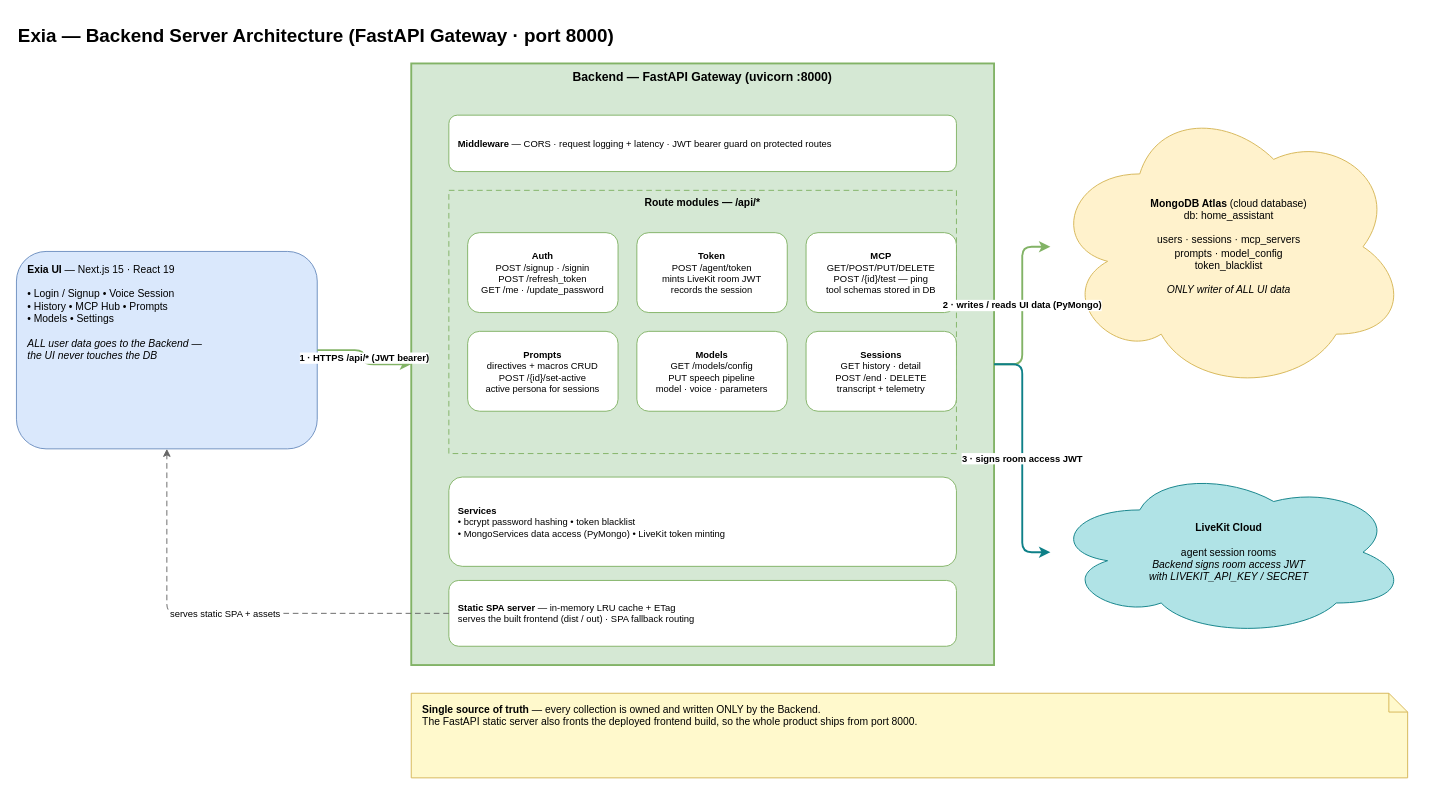
Above: docs/architecture/exia-backend-server.drawio in arpanchakraborty23/Exia (draw.io), before the change. Source tidied: cells renumbered, new cells numbered last; positions are measured from the earlier drawing's top-left corner, leaving out a move shared by most shapes. Both pictures are drawn from the tidied source at 94%, with x=0, y=0 at pixel (16, 16).
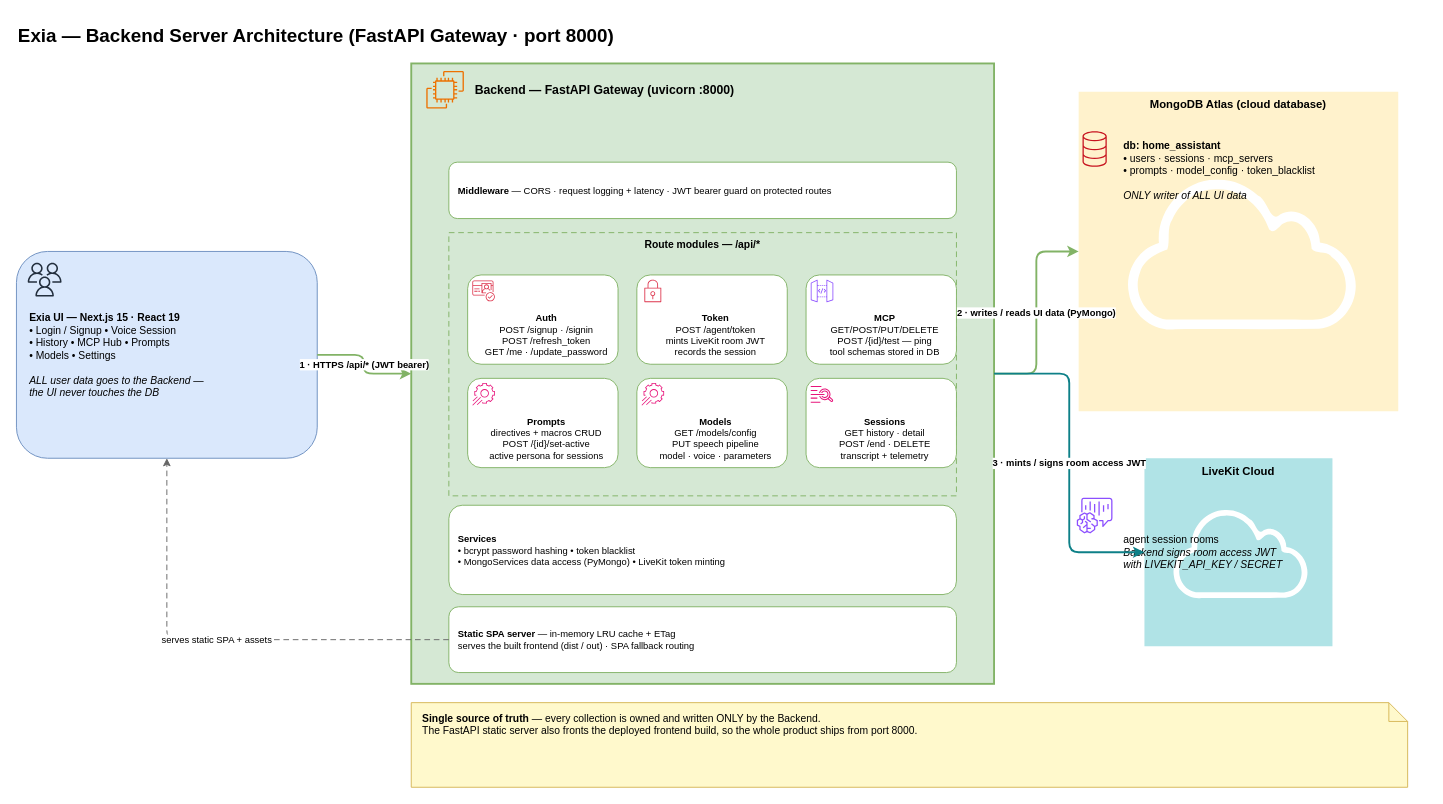
Above is the later version.

Commit message (it also covers changes not shown here):
docs: add architecture diagrams and frontend prompts view component

Diff of the diagram source:
```diff
@@
-    <mxCell id="3" value="&lt;b&gt;Exia UI&lt;/b&gt; — Next.js 15 · React 19&lt;br&gt;&lt;br&gt;• Login / Signup  • Voice Session&lt;br&gt;• History  • MCP Hub  • Prompts&lt;br&gt;• Models  • Settings&lt;br&gt;&lt;br&gt;&lt;i&gt;ALL user data goes to the Backend —&lt;br&gt;the UI never touches the DB&lt;/i&gt;" style="rounded=1;whiteSpace=wrap;html=1;fillColor=#dae8fc;strokeColor=#6c8ebf;verticalAlign=top;fontSize=11;align=left;spacingLeft=10;spacingTop=6;" parent="1" vertex="1">
-      <mxGeometry y="250" width="320" height="210" as="geometry" />
+    <mxCell id="3" style="rounded=1;whiteSpace=wrap;html=1;fillColor=#dae8fc;strokeColor=#6c8ebf;verticalAlign=middle;fontSize=11;" parent="1" vertex="1">
+      <mxGeometry y="250" width="320" height="220" as="geometry" />
     </mxCell>
+    <mxCell id="22" style="shape=mxgraph.aws4.users;html=1;fillColor=#232F3E;strokeColor=none;" parent="3" vertex="1">
+      <mxGeometry x="12" y="12" width="36" height="36" as="geometry" />
+    </mxCell>
+    <mxCell id="23" value="&lt;b&gt;Exia UI — Next.js 15 · React 19&lt;/b&gt;&lt;br&gt;• Login / Signup  • Voice Session&lt;br&gt;• History  • MCP Hub  • Prompts&lt;br&gt;• Models  • Settings&lt;br&gt;&lt;br&gt;&lt;i&gt;ALL user data goes to the Backend —&lt;br&gt;the UI never touches the DB&lt;/i&gt;" style="text;html=1;strokeColor=none;fillColor=none;fontSize=11;align=left;verticalAlign=top;whiteSpace=wrap;" parent="3" vertex="1">
+      <mxGeometry x="12" y="58" width="296" height="150" as="geometry" />
+    </mxCell>
-    <mxCell id="4" value="Backend — FastAPI Gateway  (uvicorn :8000)" style="rounded=0;whiteSpace=wrap;html=1;fillColor=#d5e8d4;strokeColor=#82b366;verticalAlign=top;align=center;fontSize=13;fontStyle=1;strokeWidth=2;" parent="1" vertex="1">
-      <mxGeometry x="420" y="50" width="620" height="640" as="geometry" />
+    <mxCell id="4" style="rounded=0;whiteSpace=wrap;html=1;fillColor=#d5e8d4;strokeColor=#82b366;verticalAlign=top;align=center;fontSize=11;strokeWidth=2;" parent="1" vertex="1">
+      <mxGeometry x="420" y="50" width="620" height="660" as="geometry" />
     </mxCell>
+    <mxCell id="24" style="shape=mxgraph.aws4.ec2;html=1;fillColor=#ED7100;strokeColor=none;" parent="4" vertex="1">
+      <mxGeometry x="16" y="8" width="40" height="40" as="geometry" />
+    </mxCell>
+    <mxCell id="25" value="Backend — FastAPI Gateway  (uvicorn :8000)" style="text;html=1;strokeColor=none;fillColor=none;fontSize=13;fontStyle=1;align=left;verticalAlign=middle;" parent="4" vertex="1">
+      <mxGeometry x="66" y="14" width="500" height="28" as="geometry" />
+    </mxCell>
     <mxCell id="5" value="&lt;b&gt;Middleware&lt;/b&gt; — CORS · request logging + latency · JWT bearer guard on protected routes" style="rounded=1;whiteSpace=wrap;html=1;fillColor=#ffffff;strokeColor=#82b366;fontSize=10;align=left;spacingLeft=8;" parent="4" vertex="1">
-      <mxGeometry x="40" y="55" width="540" height="60" as="geometry" />
+      <mxGeometry x="40" y="105" width="540" height="60" as="geometry" />
     </mxCell>
     <mxCell id="6" value="Route modules — /api/*" style="rounded=0;whiteSpace=wrap;html=1;fillColor=none;strokeColor=#82b366;dashed=1;dashPattern=6 4;verticalAlign=top;fontSize=11;fontStyle=1;" parent="4" vertex="1">
-      <mxGeometry x="40" y="135" width="540" height="280" as="geometry" />
+      <mxGeometry x="40" y="180" width="540" height="280" as="geometry" />
     </mxCell>
-    <mxCell id="7" value="&lt;b&gt;Auth&lt;/b&gt;&lt;br&gt;POST /signup · /signin&lt;br&gt;POST /refresh_token&lt;br&gt;GET /me · /update_password" style="rounded=1;whiteSpace=wrap;html=1;fillColor=#ffffff;strokeColor=#82b366;fontSize=10;verticalAlign=middle;" parent="6" vertex="1">
-      <mxGeometry x="20" y="45" width="160" height="85" as="geometry" />
+    <mxCell id="7" value="&lt;b&gt;Auth&lt;/b&gt;&lt;br&gt;POST /signup · /signin&lt;br&gt;POST /refresh_token&lt;br&gt;GET /me · /update_password" style="rounded=1;whiteSpace=wrap;html=1;fillColor=#ffffff;strokeColor=#82b366;fontSize=10;verticalAlign=top;spacingTop=34;spacingLeft=8;" parent="6" vertex="1">
+      <mxGeometry x="20" y="45" width="160" height="95" as="geometry" />
     </mxCell>
+    <mxCell id="26" style="shape=mxgraph.aws4.cognito;html=1;fillColor=#DD344C;strokeColor=none;" parent="7" vertex="1">
+      <mxGeometry x="5" y="5" width="24" height="24" as="geometry" />
+    </mxCell>
-    <mxCell id="8" value="&lt;b&gt;Token&lt;/b&gt;&lt;br&gt;POST /agent/token&lt;br&gt;mints LiveKit room JWT&lt;br&gt;records the session" style="rounded=1;whiteSpace=wrap;html=1;fillColor=#ffffff;strokeColor=#82b366;fontSize=10;verticalAlign=middle;" parent="6" vertex="1">
-      <mxGeometry x="200" y="45" width="160" height="85" as="geometry" />
+    <mxCell id="8" value="&lt;b&gt;Token&lt;/b&gt;&lt;br&gt;POST /agent/token&lt;br&gt;mints LiveKit room JWT&lt;br&gt;records the session" style="rounded=1;whiteSpace=wrap;html=1;fillColor=#ffffff;strokeColor=#82b366;fontSize=10;verticalAlign=top;spacingTop=34;spacingLeft=8;" parent="6" vertex="1">
+      <mxGeometry x="200" y="45" width="160" height="95" as="geometry" />
     </mxCell>
+    <mxCell id="27" style="shape=mxgraph.aws4.security_group;html=1;fillColor=#DD344C;strokeColor=none;" parent="8" vertex="1">
+      <mxGeometry x="5" y="5" width="24" height="24" as="geometry" />
+    </mxCell>
-    <mxCell id="9" value="&lt;b&gt;MCP&lt;/b&gt;&lt;br&gt;GET/POST/PUT/DELETE&lt;br&gt;POST /{id}/test — ping&lt;br&gt;tool schemas stored in DB" style="rounded=1;whiteSpace=wrap;html=1;fillColor=#ffffff;strokeColor=#82b366;fontSize=10;verticalAlign=middle;" parent="6" vertex="1">
-      <mxGeometry x="380" y="45" width="160" height="85" as="geometry" />
+    <mxCell id="9" value="&lt;b&gt;MCP&lt;/b&gt;&lt;br&gt;GET/POST/PUT/DELETE&lt;br&gt;POST /{id}/test — ping&lt;br&gt;tool schemas stored in DB" style="rounded=1;whiteSpace=wrap;html=1;fillColor=#ffffff;strokeColor=#82b366;fontSize=10;verticalAlign=top;spacingTop=34;spacingLeft=8;" parent="6" vertex="1">
+      <mxGeometry x="380" y="45" width="160" height="95" as="geometry" />
     </mxCell>
+    <mxCell id="28" style="shape=mxgraph.aws4.api_gateway;html=1;fillColor=#8C4FFF;strokeColor=none;" parent="9" vertex="1">
+      <mxGeometry x="5" y="5" width="24" height="24" as="geometry" />
+    </mxCell>
-    <mxCell id="10" value="&lt;b&gt;Prompts&lt;/b&gt;&lt;br&gt;directives + macros CRUD&lt;br&gt;POST /{id}/set-active&lt;br&gt;active persona for sessions" style="rounded=1;whiteSpace=wrap;html=1;fillColor=#ffffff;strokeColor=#82b366;fontSize=10;verticalAlign=middle;" parent="6" vertex="1">
-      <mxGeometry x="20" y="150" width="160" height="85" as="geometry" />
+    <mxCell id="10" value="&lt;b&gt;Prompts&lt;/b&gt;&lt;br&gt;directives + macros CRUD&lt;br&gt;POST /{id}/set-active&lt;br&gt;active persona for sessions" style="rounded=1;whiteSpace=wrap;html=1;fillColor=#ffffff;strokeColor=#82b366;fontSize=10;verticalAlign=top;spacingTop=34;spacingLeft=8;" parent="6" vertex="1">
+      <mxGeometry x="20" y="155" width="160" height="95" as="geometry" />
     </mxCell>
+    <mxCell id="29" style="shape=mxgraph.aws4.app_config;html=1;fillColor=#E7157B;strokeColor=none;" parent="10" vertex="1">
+      <mxGeometry x="5" y="5" width="24" height="24" as="geometry" />
+    </mxCell>
-    <mxCell id="11" value="&lt;b&gt;Models&lt;/b&gt;&lt;br&gt;GET /models/config&lt;br&gt;PUT speech pipeline&lt;br&gt;model · voice · parameters" style="rounded=1;whiteSpace=wrap;html=1;fillColor=#ffffff;strokeColor=#82b366;fontSize=10;verticalAlign=middle;" parent="6" vertex="1">
-      <mxGeometry x="200" y="150" width="160" height="85" as="geometry" />
+    <mxCell id="11" value="&lt;b&gt;Models&lt;/b&gt;&lt;br&gt;GET /models/config&lt;br&gt;PUT speech pipeline&lt;br&gt;model · voice · parameters" style="rounded=1;whiteSpace=wrap;html=1;fillColor=#ffffff;strokeColor=#82b366;fontSize=10;verticalAlign=top;spacingTop=34;spacingLeft=8;" parent="6" vertex="1">
+      <mxGeometry x="200" y="155" width="160" height="95" as="geometry" />
     </mxCell>
+    <mxCell id="30" style="shape=mxgraph.aws4.app_config;html=1;fillColor=#E7157B;strokeColor=none;" parent="11" vertex="1">
+      <mxGeometry x="5" y="5" width="24" height="24" as="geometry" />
+    </mxCell>
-    <mxCell id="12" value="&lt;b&gt;Sessions&lt;/b&gt;&lt;br&gt;GET history · detail&lt;br&gt;POST /end · DELETE&lt;br&gt;transcript + telemetry" style="rounded=1;whiteSpace=wrap;html=1;fillColor=#ffffff;strokeColor=#82b366;fontSize=10;verticalAlign=middle;" parent="6" vertex="1">
-      <mxGeometry x="380" y="150" width="160" height="85" as="geometry" />
+    <mxCell id="12" value="&lt;b&gt;Sessions&lt;/b&gt;&lt;br&gt;GET history · detail&lt;br&gt;POST /end · DELETE&lt;br&gt;transcript + telemetry" style="rounded=1;whiteSpace=wrap;html=1;fillColor=#ffffff;strokeColor=#82b366;fontSize=10;verticalAlign=top;spacingTop=34;spacingLeft=8;" parent="6" vertex="1">
+      <mxGeometry x="380" y="155" width="160" height="95" as="geometry" />
     </mxCell>
+    <mxCell id="31" style="shape=mxgraph.aws4.cloudwatch_logs;html=1;fillColor=#E7157B;strokeColor=none;" parent="12" vertex="1">
+      <mxGeometry x="5" y="5" width="24" height="24" as="geometry" />
+    </mxCell>
     <mxCell id="13" value="&lt;b&gt;Services&lt;/b&gt;&lt;br&gt;• bcrypt password hashing  • token blacklist&lt;br&gt;• MongoServices data access (PyMongo)  • LiveKit token minting" style="rounded=1;whiteSpace=wrap;html=1;fillColor=#ffffff;strokeColor=#82b366;fontSize=10;align=left;spacingLeft=8;" parent="4" vertex="1">
-      <mxGeometry x="40" y="440" width="540" height="95" as="geometry" />
+      <mxGeometry x="40" y="470" width="540" height="95" as="geometry" />
     </mxCell>
     <mxCell id="14" value="&lt;b&gt;Static SPA server&lt;/b&gt; — in-memory LRU cache + ETag&lt;br&gt;serves the built frontend (dist / out) · SPA fallback routing" style="rounded=1;whiteSpace=wrap;html=1;fillColor=#ffffff;strokeColor=#82b366;fontSize=10;align=left;spacingLeft=8;" parent="4" vertex="1">
-      <mxGeometry x="40" y="550" width="540" height="70" as="geometry" />
+      <mxGeometry x="40" y="578" width="540" height="70" as="geometry" />
     </mxCell>
-    <mxCell id="15" value="&lt;b&gt;MongoDB Atlas&lt;/b&gt; (cloud database)&lt;br&gt;db: home_assistant&lt;br&gt;&lt;br&gt;users · sessions · mcp_servers&lt;br&gt;prompts · model_config&lt;br&gt;token_blacklist&lt;br&gt;&lt;br&gt;&lt;i&gt;ONLY writer of ALL UI data&lt;/i&gt;" style="shape=cloud;whiteSpace=wrap;html=1;fillColor=#fff2cc;strokeColor=#d6b656;fontSize=11;" parent="1" vertex="1">
-      <mxGeometry x="1100" y="90" width="380" height="310" as="geometry" />
+    <mxCell id="15" value="MongoDB Atlas (cloud database)" style="shape=mxgraph.aws4.group_aws_cloud;html=1;whiteSpace=wrap;fillColor=#fff2cc;strokeColor=#d6b656;verticalAlign=top;align=center;fontSize=12;fontStyle=1;" parent="1" vertex="1">
+      <mxGeometry x="1100" y="80" width="400" height="340" as="geometry" />
     </mxCell>
-    <mxCell id="16" value="&lt;b&gt;LiveKit Cloud&lt;/b&gt;&lt;br&gt;&lt;br&gt;agent session rooms&lt;br&gt;&lt;i&gt;Backend signs room access JWT&lt;br&gt;with LIVEKIT_API_KEY / SECRET&lt;/i&gt;" style="shape=cloud;whiteSpace=wrap;html=1;fillColor=#b0e3e6;strokeColor=#0e8088;fontSize=11;" parent="1" vertex="1">
-      <mxGeometry x="1100" y="480" width="380" height="180" as="geometry" />
-    </mxCell>
+    <mxCell id="32" style="shape=mxgraph.aws4.database;html=1;fillColor=#C7131F;strokeColor=none;" parent="15" vertex="1">
+      <mxGeometry x="28" y="42" width="38" height="38" as="geometry" />
+    </mxCell>
+    <mxCell id="33" value="&lt;b&gt;db: home_assistant&lt;/b&gt;&lt;br&gt;• users · sessions · mcp_servers&lt;br&gt;• prompts · model_config · token_blacklist&lt;br&gt;&lt;br&gt;&lt;i&gt;ONLY writer of ALL UI data&lt;/i&gt;" style="text;html=1;strokeColor=none;fillColor=none;fontSize=11;align=left;verticalAlign=top;whiteSpace=wrap;" parent="15" vertex="1">
+      <mxGeometry x="76" y="45" width="300" height="180" as="geometry" />
+    </mxCell>
+    <mxCell id="34" value="LiveKit Cloud" style="shape=mxgraph.aws4.group_aws_cloud;html=1;whiteSpace=wrap;fillColor=#b0e3e6;strokeColor=#0e8088;verticalAlign=top;align=center;fontSize=12;fontStyle=1;" parent="1" vertex="1">
+      <mxGeometry x="1100" y="470" width="400" height="200" as="geometry" />
+    </mxCell>
+    <mxCell id="35" style="shape=mxgraph.aws4.chime_sdk;html=1;fillColor=#8C4FFF;strokeColor=none;" parent="34" vertex="1">
+      <mxGeometry x="28" y="42" width="38" height="38" as="geometry" />
+    </mxCell>
+    <mxCell id="36" value="agent session rooms&lt;br&gt;&lt;i&gt;Backend signs room access JWT&lt;br&gt;with LIVEKIT_API_KEY / SECRET&lt;/i&gt;" style="text;html=1;strokeColor=none;fillColor=none;fontSize=11;align=left;verticalAlign=middle;whiteSpace=wrap;" parent="34" vertex="1">
+      <mxGeometry x="76" y="45" width="300" height="110" as="geometry" />
+    </mxCell>
     <mxCell id="17" value="&lt;b&gt;Single source of truth&lt;/b&gt; — every collection is owned and written ONLY by the Backend.&lt;br&gt;The FastAPI static server also fronts the deployed frontend build, so the whole product ships from port 8000." style="shape=note;whiteSpace=wrap;html=1;size=20;fillColor=#fff9cc;strokeColor=#d6b656;align=left;spacingLeft=10;spacingTop=4;verticalAlign=top;fontSize=11;" parent="1" vertex="1">
-      <mxGeometry x="420" y="720" width="1060" height="90" as="geometry" />
+      <mxGeometry x="420" y="730" width="1060" height="90" as="geometry" />
     </mxCell>
@@
-    <mxCell id="21" value="3 · signs room access JWT" style="edgeStyle=orthogonalEdgeStyle;rounded=1;html=1;strokeColor=#0e8088;strokeWidth=2;fontSize=10;fontStyle=1;labelBackgroundColor=#ffffff;" parent="1" edge="1" source="4" target="16">
+    <mxCell id="21" value="3 · mints / signs room access JWT" style="edgeStyle=orthogonalEdgeStyle;rounded=1;html=1;strokeColor=#0e8088;strokeWidth=2;fontSize=10;fontStyle=1;labelBackgroundColor=#ffffff;" parent="1" edge="1" source="4" target="34">
       <mxGeometry relative="1" as="geometry" />
     </mxCell>
```
